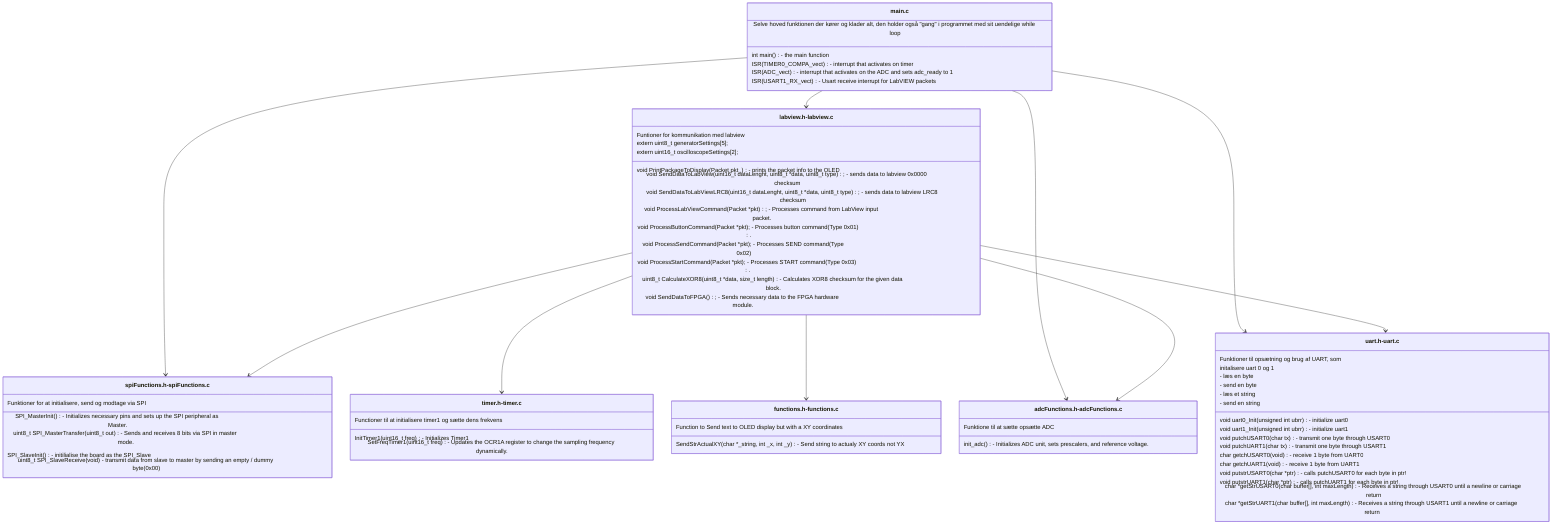
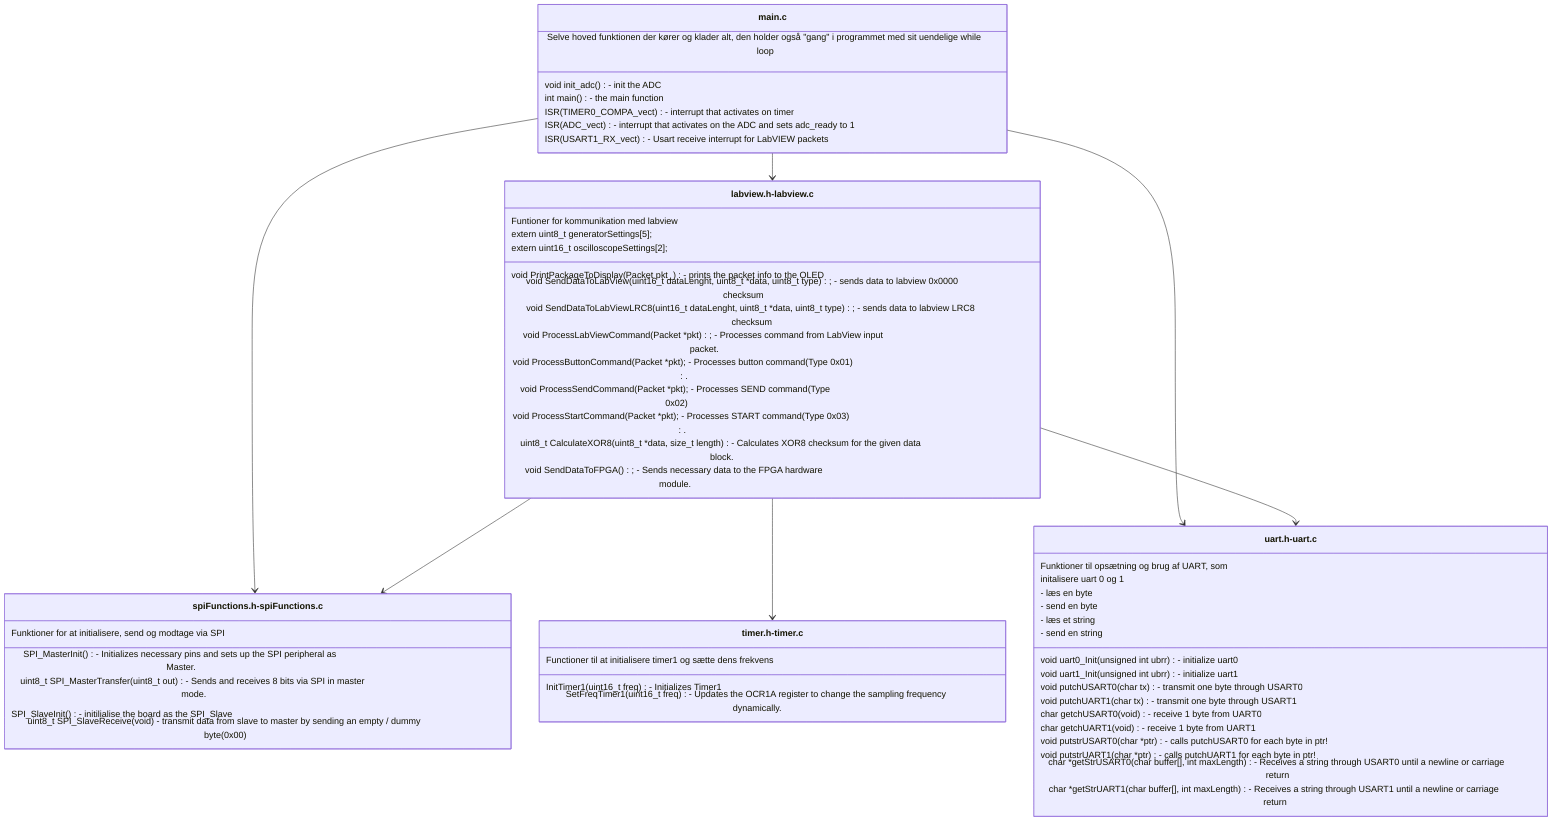
classDiagram
    %% Dependencies
    main.c --> spiFunctions.h-spiFunctions.c
    main.c --> labview.h-labview.c
-     main.c --> adcFunctions.h-adcFunctions.c
    main.c --> uart.h-uart.c

    labview.h-labview.c --> timer.h-timer.c
-     labview.h-labview.c --> functions.h-functions.c
-     labview.h-labview.c --> adcFunctions.h-adcFunctions.c
    labview.h-labview.c --> spiFunctions.h-spiFunctions.c
    labview.h-labview.c --> uart.h-uart.c



    class main.c{
        Selve hoved funktionen der kører og klader alt, den holder også "gang" i programmet med sit uendelige while loop
+         void init_adc() - init the ADC
        int main() - the main function
        ISR(TIMER0_COMPA_vect) - interrupt that activates on timer
        ISR(ADC_vect) - interrupt that activates on the ADC and sets adc_ready to 1
        ISR(USART1_RX_vect) - Usart receive interrupt for LabVIEW packets
    }

    class uart.h-uart.c{
        Funktioner til opsætning og brug af UART, som
        initalisere uart 0 og 1
        - læs en byte
        - send en byte
        - læs et string
        - send en string

        void uart0_Init(unsigned int ubrr) - initialize uart0
        void uart1_Init(unsigned int ubrr) - initialize uart1

        void putchUSART0(char tx) - transmit one byte through USART0
        void putchUART1(char tx) - transmit one byte through USART1

        char getchUSART0(void) - receive 1 byte from UART0
        char getchUART1(void) - receive 1 byte from UART1

        void putstrUSART0(char *ptr) - calls putchUSART0 for each byte in ptr!
        void putstrUART1(char *ptr) - calls putchUART1 for each byte in ptr!

        char *getStrUSART0(char buffer[], int maxLength) - Receives a string through USART0 until a newline or carriage return
        char *getStrUART1(char buffer[], int maxLength) - Receives a string through USART1 until a newline or carriage return
 }

    class timer.h-timer.c{
        Functioner til at initialisere timer1 og sætte dens frekvens

        InitTimer1(uint16_t freq) - Initializes Timer1
        SetFreqTimer1(uint16_t freq) - Updates the OCR1A register to change the sampling frequency dynamically.
    }

-     class adcFunctions.h-adcFunctions.c{
-         Funktione til at sætte opsætte ADC
- 
-         init_adc() - Initializes ADC unit, sets prescalers, and reference voltage.
-     }
- 
-     class functions.h-functions.c{
-         Function to Send text to OLED display but with a XY coordinates
- 
-         SendStrActualXY(char *_string, int _x, int _y) - Send string to actualy XY coords not YX
-     }
- 
    class spiFunctions.h-spiFunctions.c{
        Funktioner for at initialisere, send og modtage via SPI

        SPI_MasterInit() - Initializes necessary pins and sets up the SPI peripheral as Master.
        uint8_t SPI_MasterTransfer(uint8_t out) - Sends and receives 8 bits via SPI in master mode.
        SPI_SlaveInit() - initilialise the board as the SPI_Slave
        uint8_t SPI_SlaveReceive(void) - transmit data from slave to master by sending an empty / dummy byte(0x00)
    }

    class labview.h-labview.c{
        Funtioner for kommunikation med labview

        extern uint8_t generatorSettings[5];
        extern uint16_t oscilloscopeSettings[2];

        void PrintPackageToDisplay(Packet pkt_) - prints the packet info to the OLED
        void SendDataToLabView(uint16_t dataLenght, uint8_t *data, uint8_t type); - sends data to labview 0x0000 checksum
        void SendDataToLabViewLRC8(uint16_t dataLenght, uint8_t *data, uint8_t type); - sends data to labview LRC8 checksum
        void ProcessLabViewCommand(Packet *pkt); - Processes command from LabView input packet.
        void ProcessButtonCommand(Packet *pkt); - Processes button command (Type 0x01).
        void ProcessSendCommand(Packet *pkt); - Processes SEND command (Type 0x02)
        void ProcessStartCommand(Packet *pkt); - Processes START command (Type 0x03).
        uint8_t CalculateXOR8(uint8_t *data, size_t length) - Calculates XOR8 checksum for the given data block.
        void SendDataToFPGA(); - Sends necessary data to the FPGA hardware module.
    }